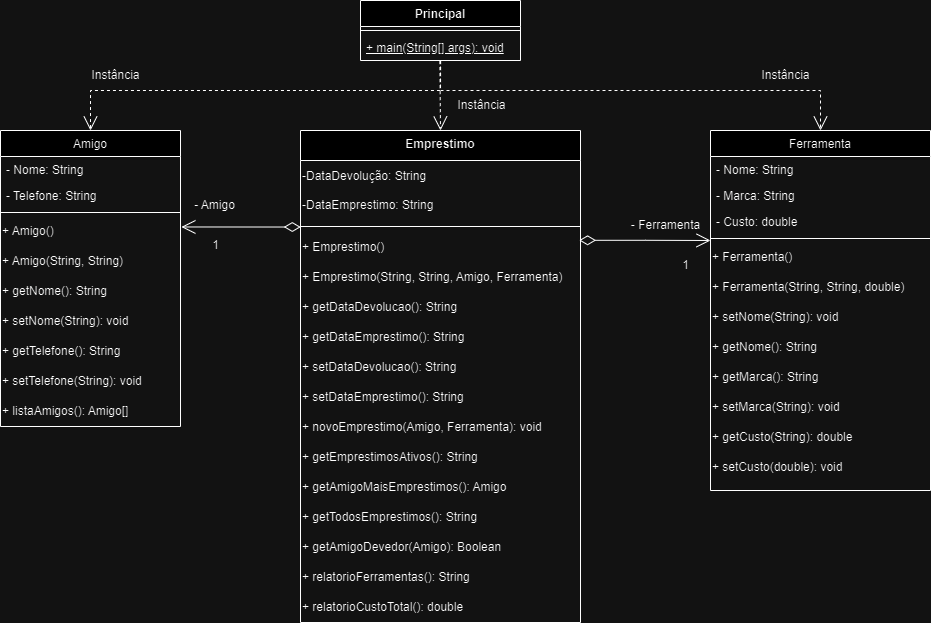
Before: Diagrama_de_classes.drawio.png, a diagram exported from draw.io (felipeghizo/Emprestimo_Ferramentas). Source tidied: cells renumbered, new cells last; positions are measured from the earlier drawing's top-left corner, leaving out a move shared by most shapes.
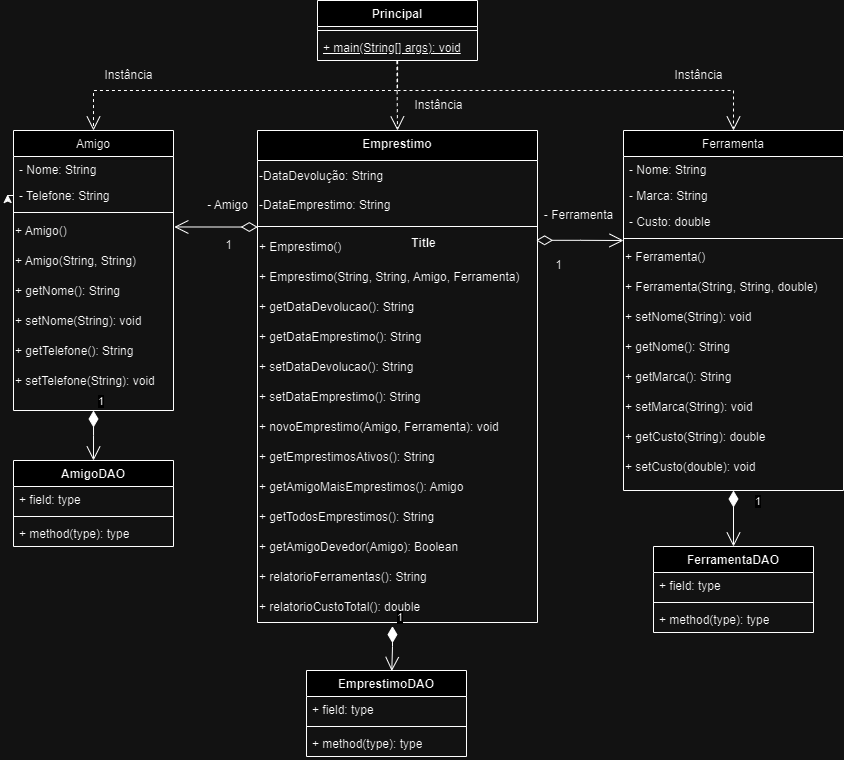
Above is the later version.

Change to the diagram source:
```diff
@@ -3,40 +3,40 @@
     <mxCell id="0" />
     <mxCell id="1" parent="0" />
     <mxCell id="2" value="Amigo" style="swimlane;fontStyle=0;align=center;verticalAlign=top;horizontal=1;startSize=26;rounded=0;shadow=0;strokeWidth=1;" parent="1" vertex="1">
-      <mxGeometry y="130" width="180" height="296" as="geometry" />
+      <mxGeometry y="130" width="160" height="280" as="geometry" />
     </mxCell>
     <mxCell id="3" value="- Nome: String" style="text;align=left;verticalAlign=top;spacingLeft=4;spacingRight=4;overflow=hidden;" parent="2" vertex="1">
-      <mxGeometry y="26" width="180" height="26" as="geometry" />
+      <mxGeometry y="26" width="160" height="26" as="geometry" />
     </mxCell>
     <mxCell id="4" value="- Telefone: String" style="text;align=left;verticalAlign=top;spacingLeft=4;spacingRight=4;overflow=hidden;points=[[0,0.5],[1,0.5]];portConstraint=eastwest;rounded=0;shadow=0;html=0;" parent="2" vertex="1">
-      <mxGeometry y="52" width="180" height="26" as="geometry" />
+      <mxGeometry y="52" width="160" height="26" as="geometry" />
     </mxCell>
     <mxCell id="5" style="line;html=1;strokeWidth=1;align=left;verticalAlign=middle;spacingTop=-1;spacingLeft=3;spacingRight=3;labelPosition=right;" parent="2" vertex="1">
-      <mxGeometry y="78" width="180" height="8" as="geometry" />
+      <mxGeometry y="78" width="160" height="8" as="geometry" />
     </mxCell>
+    <mxCell id="57" style="edgeStyle=orthogonalEdgeStyle;rounded=0;orthogonalLoop=1;jettySize=auto;html=1;exitX=0;exitY=0.5;exitDx=0;exitDy=0;entryX=-0.037;entryY=0.462;entryDx=0;entryDy=0;entryPerimeter=0;" parent="2" edge="1" source="4" target="4">
+      <mxGeometry relative="1" as="geometry" />
+    </mxCell>
     <mxCell id="6" value="+ Amigo()" style="text;html=1;align=left;verticalAlign=middle;points=[];strokeColor=none;fillColor=none;" parent="2" vertex="1">
-      <mxGeometry y="86" width="180" height="30" as="geometry" />
+      <mxGeometry y="86" width="160" height="30" as="geometry" />
     </mxCell>
     <mxCell id="7" value="+ Amigo(String, String)" style="text;html=1;align=left;verticalAlign=middle;strokeColor=none;fillColor=none;" parent="2" vertex="1">
-      <mxGeometry y="116" width="180" height="30" as="geometry" />
+      <mxGeometry y="116" width="160" height="30" as="geometry" />
     </mxCell>
     <mxCell id="8" value="+ getNome(): String" style="text;html=1;align=left;verticalAlign=middle;strokeColor=none;fillColor=none;" parent="2" vertex="1">
-      <mxGeometry y="146" width="180" height="30" as="geometry" />
+      <mxGeometry y="146" width="160" height="30" as="geometry" />
     </mxCell>
     <mxCell id="9" value="+ setNome(String): void" style="text;html=1;align=left;verticalAlign=middle;strokeColor=none;fillColor=none;" parent="2" vertex="1">
-      <mxGeometry y="176" width="180" height="30" as="geometry" />
+      <mxGeometry y="176" width="160" height="30" as="geometry" />
     </mxCell>
     <mxCell id="10" value="+ getTelefone(): String" style="text;html=1;align=left;verticalAlign=middle;strokeColor=none;fillColor=none;" parent="2" vertex="1">
-      <mxGeometry y="206" width="180" height="30" as="geometry" />
+      <mxGeometry y="206" width="160" height="30" as="geometry" />
     </mxCell>
     <mxCell id="11" value="+ setTelefone(String): void" style="text;html=1;align=left;verticalAlign=middle;strokeColor=none;fillColor=none;" parent="2" vertex="1">
-      <mxGeometry y="236" width="180" height="30" as="geometry" />
+      <mxGeometry y="236" width="160" height="30" as="geometry" />
     </mxCell>
-    <mxCell id="12" value="+ listaAmigos(): Amigo[]" style="text;html=1;align=left;verticalAlign=middle;strokeColor=none;fillColor=none;" parent="2" vertex="1">
-      <mxGeometry y="266" width="180" height="30" as="geometry" />
-    </mxCell>
     <mxCell id="13" value="Ferramenta" style="swimlane;fontStyle=0;align=center;verticalAlign=top;horizontal=1;startSize=26;rounded=0;shadow=0;strokeWidth=1;" parent="1" vertex="1">
-      <mxGeometry x="710" y="130" width="220" height="360" as="geometry" />
+      <mxGeometry x="610" y="130" width="220" height="360" as="geometry" />
     </mxCell>
     <mxCell id="14" value="- Nome: String" style="text;align=left;verticalAlign=top;spacingLeft=4;spacingRight=4;overflow=hidden;" parent="13" vertex="1">
       <mxGeometry y="26" width="220" height="26" as="geometry" />
@@ -75,7 +75,7 @@
       <mxGeometry y="322" width="220" height="30" as="geometry" />
     </mxCell>
     <mxCell id="26" value="Principal" style="swimlane;fontStyle=1;align=center;verticalAlign=top;horizontal=1;startSize=26;whiteSpace=wrap;html=1;" parent="1" vertex="1">
-      <mxGeometry x="360" width="160" height="60" as="geometry" />
+      <mxGeometry x="304" width="160" height="60" as="geometry" />
     </mxCell>
     <mxCell id="27" style="line;strokeWidth=1;fillColor=none;align=left;verticalAlign=middle;spacingTop=-1;spacingLeft=3;spacingRight=3;labelPosition=right;strokeColor=inherit;" parent="26" vertex="1">
       <mxGeometry y="26" width="160" height="8" as="geometry" />
@@ -86,8 +86,8 @@
     <mxCell id="29" style="endArrow=open;endSize=12;dashed=1;html=1;rounded=0;exitX=0.501;exitY=1.021;exitDx=0;exitDy=0;exitPerimeter=0;entryX=0.5;entryY=0;entryDx=0;entryDy=0;" parent="1" edge="1" source="28" target="2">
       <mxGeometry x="0.31" y="-94" relative="1" as="geometry">
         <Array as="points">
-          <mxPoint x="440" y="90" />
-          <mxPoint x="90" y="90" />
+          <mxPoint x="384" y="90" />
+          <mxPoint x="80" y="90" />
         </Array>
         <mxPoint x="44" y="-80" as="offset" />
       </mxGeometry>
@@ -95,13 +95,13 @@
     <mxCell id="30" style="endArrow=open;endSize=12;dashed=1;html=1;rounded=0;exitX=0.5;exitY=1;exitDx=0;exitDy=0;exitPerimeter=0;entryX=0.5;entryY=0;entryDx=0;entryDy=0;" parent="1" edge="1" source="28" target="13">
       <mxGeometry x="0.23" y="70" relative="1" as="geometry">
         <Array as="points">
-          <mxPoint x="440" y="90" />
-          <mxPoint x="820" y="90" />
+          <mxPoint x="384" y="90" />
+          <mxPoint x="720" y="90" />
         </Array>
       </mxGeometry>
     </mxCell>
     <mxCell id="31" value="Emprestimo" style="swimlane;fontStyle=1;align=center;verticalAlign=top;horizontal=1;startSize=30;whiteSpace=wrap;html=1;" parent="1" vertex="1">
-      <mxGeometry x="300" y="130" width="280" height="492" as="geometry" />
+      <mxGeometry x="244" y="130" width="280" height="492" as="geometry" />
     </mxCell>
     <mxCell id="32" value="-DataDevolução: String&lt;div&gt;&lt;br&gt;&lt;div&gt;-DataEmprestimo: String&lt;/div&gt;&lt;/div&gt;" style="text;html=1;align=left;verticalAlign=middle;strokeColor=none;fillColor=none;" parent="31" vertex="1">
       <mxGeometry y="30" width="280" height="60" as="geometry" />
@@ -158,10 +158,10 @@
       <mxGeometry x="200" y="230" width="30" height="30" as="geometry" />
     </mxCell>
     <mxCell id="50" value="- Ferramenta" style="text;html=1;align=center;verticalAlign=middle;strokeColor=none;fillColor=none;" parent="1" vertex="1">
-      <mxGeometry x="620" y="210" width="90" height="30" as="geometry" />
+      <mxGeometry x="520" y="200" width="90" height="30" as="geometry" />
     </mxCell>
     <mxCell id="51" value="1" style="text;html=1;align=center;verticalAlign=middle;strokeColor=none;fillColor=none;" parent="1" vertex="1">
-      <mxGeometry x="670" y="250" width="30" height="30" as="geometry" />
+      <mxGeometry x="530" y="250" width="30" height="30" as="geometry" />
     </mxCell>
     <mxCell id="52" style="endArrow=open;html=1;endSize=12;startArrow=diamondThin;startSize=14;startFill=0;edgeStyle=orthogonalEdgeStyle;align=left;verticalAlign=bottom;rounded=0;exitX=0.001;exitY=0.544;exitDx=0;exitDy=0;exitPerimeter=0;entryX=1.005;entryY=0.349;entryDx=0;entryDy=0;entryPerimeter=0;" parent="1" edge="1" source="33" target="6">
       <mxGeometry x="-0.32" y="61" relative="1" as="geometry" />
@@ -169,14 +169,64 @@
     <mxCell id="53" style="endArrow=open;html=1;endSize=12;startArrow=diamondThin;startSize=14;startFill=0;edgeStyle=orthogonalEdgeStyle;align=left;verticalAlign=bottom;rounded=0;entryX=0;entryY=0.75;entryDx=0;entryDy=0;entryPerimeter=0;exitX=0.995;exitY=0.26;exitDx=0;exitDy=0;exitPerimeter=0;" parent="1" edge="1" source="34" target="17">
       <mxGeometry x="-0.32" y="61" relative="1" as="geometry" />
     </mxCell>
+    <mxCell id="58" value="Title" style="text;align=center;fontStyle=1;verticalAlign=middle;spacingLeft=3;spacingRight=3;strokeColor=none;html=1;" parent="1" vertex="1">
+      <mxGeometry x="370" y="230" width="80" height="26" as="geometry" />
+    </mxCell>
     <mxCell id="54" value="Instância" style="text;html=1;align=center;verticalAlign=middle;strokeColor=none;fillColor=none;" parent="1" vertex="1">
       <mxGeometry x="80" y="60" width="70" height="30" as="geometry" />
     </mxCell>
     <mxCell id="55" value="Instância" style="text;html=1;align=center;verticalAlign=middle;strokeColor=none;fillColor=none;" parent="1" vertex="1">
-      <mxGeometry x="750" y="60" width="70" height="30" as="geometry" />
+      <mxGeometry x="650" y="60" width="70" height="30" as="geometry" />
     </mxCell>
     <mxCell id="56" value="Instância" style="text;html=1;align=center;verticalAlign=middle;strokeColor=none;fillColor=none;" parent="1" vertex="1">
-      <mxGeometry x="446" y="90" width="70" height="30" as="geometry" />
+      <mxGeometry x="390" y="90" width="70" height="30" as="geometry" />
     </mxCell>
+    <mxCell id="59" value="AmigoDAO" style="swimlane;fontStyle=1;align=center;verticalAlign=top;horizontal=1;startSize=26;whiteSpace=wrap;html=1;" parent="1" vertex="1">
+      <mxGeometry y="460" width="160" height="86" as="geometry" />
+    </mxCell>
+    <mxCell id="60" value="+ field: type" style="text;strokeColor=none;fillColor=none;align=left;verticalAlign=top;spacingLeft=4;spacingRight=4;overflow=hidden;whiteSpace=wrap;html=1;" parent="59" vertex="1">
+      <mxGeometry y="26" width="160" height="26" as="geometry" />
+    </mxCell>
+    <mxCell id="61" style="line;strokeWidth=1;fillColor=none;align=left;verticalAlign=middle;spacingTop=-1;spacingLeft=3;spacingRight=3;labelPosition=right;strokeColor=inherit;" parent="59" vertex="1">
+      <mxGeometry y="52" width="160" height="8" as="geometry" />
+    </mxCell>
+    <mxCell id="62" value="+ method(type): type" style="text;strokeColor=none;fillColor=none;align=left;verticalAlign=top;spacingLeft=4;spacingRight=4;overflow=hidden;whiteSpace=wrap;html=1;" parent="59" vertex="1">
+      <mxGeometry y="60" width="160" height="26" as="geometry" />
+    </mxCell>
+    <mxCell id="63" value="EmprestimoDAO" style="swimlane;fontStyle=1;align=center;verticalAlign=top;horizontal=1;startSize=26;whiteSpace=wrap;html=1;" parent="1" vertex="1">
+      <mxGeometry x="293" y="670" width="160" height="86" as="geometry" />
+    </mxCell>
+    <mxCell id="64" value="+ field: type" style="text;strokeColor=none;fillColor=none;align=left;verticalAlign=top;spacingLeft=4;spacingRight=4;overflow=hidden;whiteSpace=wrap;html=1;" parent="63" vertex="1">
+      <mxGeometry y="26" width="160" height="26" as="geometry" />
+    </mxCell>
+    <mxCell id="65" style="line;strokeWidth=1;fillColor=none;align=left;verticalAlign=middle;spacingTop=-1;spacingLeft=3;spacingRight=3;labelPosition=right;strokeColor=inherit;" parent="63" vertex="1">
+      <mxGeometry y="52" width="160" height="8" as="geometry" />
+    </mxCell>
+    <mxCell id="66" value="+ method(type): type" style="text;strokeColor=none;fillColor=none;align=left;verticalAlign=top;spacingLeft=4;spacingRight=4;overflow=hidden;whiteSpace=wrap;html=1;" parent="63" vertex="1">
+      <mxGeometry y="60" width="160" height="26" as="geometry" />
+    </mxCell>
+    <mxCell id="67" value="FerramentaDAO" style="swimlane;fontStyle=1;align=center;verticalAlign=top;horizontal=1;startSize=26;whiteSpace=wrap;html=1;" parent="1" vertex="1">
+      <mxGeometry x="640" y="546" width="160" height="86" as="geometry" />
+    </mxCell>
+    <mxCell id="68" value="+ field: type" style="text;strokeColor=none;fillColor=none;align=left;verticalAlign=top;spacingLeft=4;spacingRight=4;overflow=hidden;whiteSpace=wrap;html=1;" parent="67" vertex="1">
+      <mxGeometry y="26" width="160" height="26" as="geometry" />
+    </mxCell>
+    <mxCell id="69" style="line;strokeWidth=1;fillColor=none;align=left;verticalAlign=middle;spacingTop=-1;spacingLeft=3;spacingRight=3;labelPosition=right;strokeColor=inherit;" parent="67" vertex="1">
+      <mxGeometry y="52" width="160" height="8" as="geometry" />
+    </mxCell>
+    <mxCell id="70" value="+ method(type): type" style="text;strokeColor=none;fillColor=none;align=left;verticalAlign=top;spacingLeft=4;spacingRight=4;overflow=hidden;whiteSpace=wrap;html=1;" parent="67" vertex="1">
+      <mxGeometry y="60" width="160" height="26" as="geometry" />
+    </mxCell>
+    <mxCell id="71" value="1" style="endArrow=open;html=1;endSize=12;startArrow=diamondThin;startSize=14;startFill=1;edgeStyle=orthogonalEdgeStyle;align=left;verticalAlign=bottom;rounded=0;exitX=0.5;exitY=1;exitDx=0;exitDy=0;entryX=0.5;entryY=0;entryDx=0;entryDy=0;" parent="1" edge="1" source="13" target="67">
+      <mxGeometry x="-0.29" y="20" relative="1" as="geometry" />
+    </mxCell>
+    <mxCell id="72" value="1" style="endArrow=open;html=1;endSize=12;startArrow=diamondThin;startSize=14;startFill=1;edgeStyle=orthogonalEdgeStyle;align=left;verticalAlign=bottom;rounded=0;exitX=0.482;exitY=1.121;exitDx=0;exitDy=0;exitPerimeter=0;entryX=0.533;entryY=0.006;entryDx=0;entryDy=0;entryPerimeter=0;" parent="1" edge="1" source="46" target="63">
+      <mxGeometry x="-1" y="3" relative="1" as="geometry" />
+    </mxCell>
+    <mxCell id="73" value="1" style="endArrow=open;html=1;endSize=12;startArrow=diamondThin;startSize=14;startFill=1;edgeStyle=orthogonalEdgeStyle;align=left;verticalAlign=bottom;rounded=0;exitX=0.5;exitY=1;exitDx=0;exitDy=0;" parent="1" edge="1" source="2">
+      <mxGeometry x="-1" y="3" relative="1" as="geometry">
+        <mxPoint x="80" y="460" as="targetPoint" />
+      </mxGeometry>
+    </mxCell>
   </root>
 </mxGraphModel>
```
